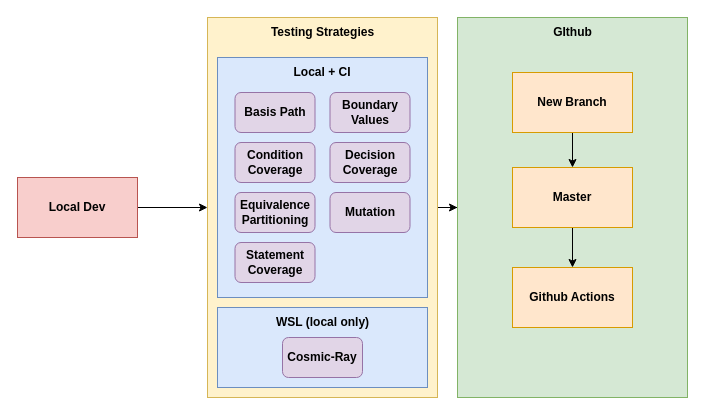
Earlier version of the draw.io diagram diagrams/pipeline.drawio (AlexZ1007/tss-proiect). Source tidied: cells renumbered, new cells numbered last; positions are measured from the earlier drawing's top-left corner, leaving out a move shared by most shapes. Both pictures are drawn from the tidied source at 100%, with x=0, y=0 at pixel (17, 17).
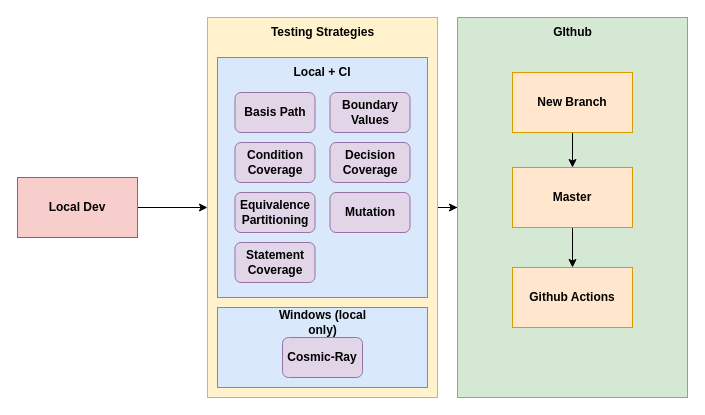
The same diagram, later.

The edit, as a diff of the source:
```diff
@@
-    <mxCell id="17" value="&lt;b&gt;WSL (local only)&lt;/b&gt;" style="text;html=1;whiteSpace=wrap;strokeColor=none;fillColor=none;align=center;verticalAlign=middle;rounded=0;" parent="1" vertex="1">
+    <mxCell id="17" value="&lt;b&gt;Windows (local only)&lt;/b&gt;" style="text;html=1;whiteSpace=wrap;strokeColor=none;fillColor=none;align=center;verticalAlign=middle;rounded=0;" parent="1" vertex="1">
       <mxGeometry x="252.5" y="290" width="105" height="30" as="geometry" />
     </mxCell>
```
